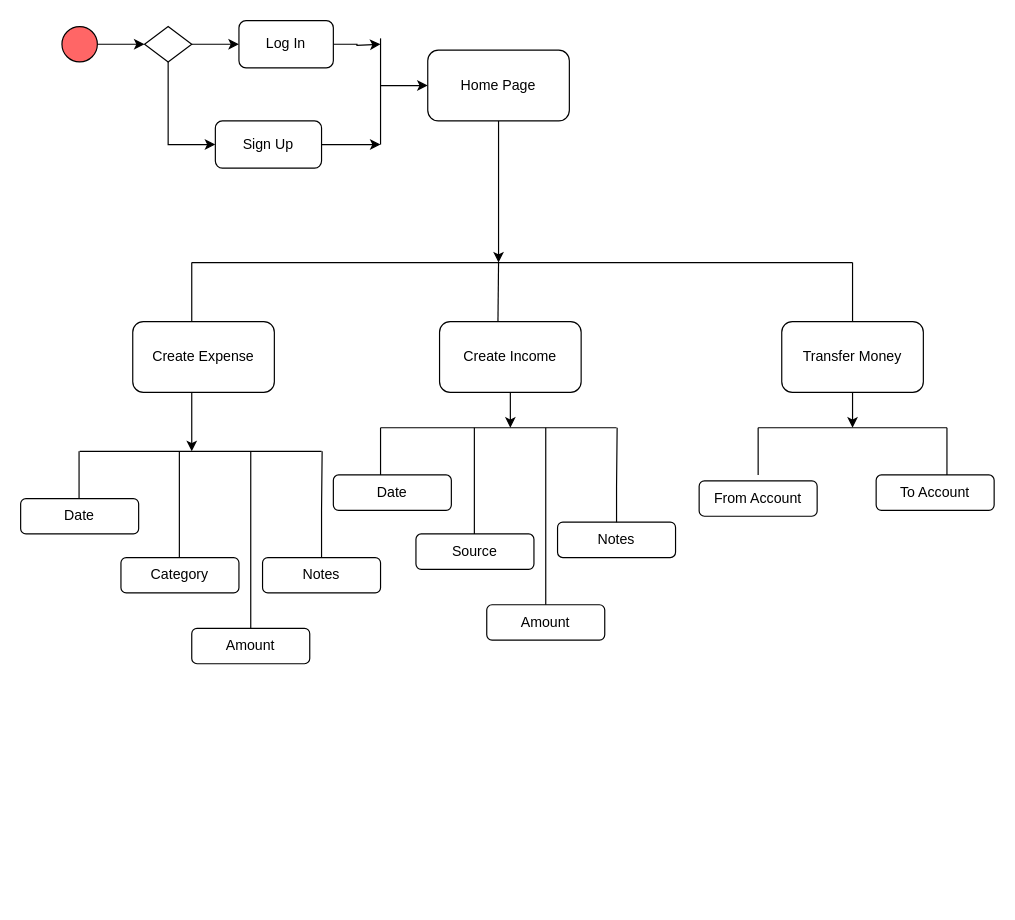
The draw.io diagram page "Page-2" (2 of 2) of Expense Tracker/Untitled Diagram.drawio in shahriararefin/HTML---CSS, before the edit. Source tidied: cells renumbered, new cells numbered last; positions are measured from the earlier drawing's top-left corner, leaving out a move shared by most shapes. Both pictures are drawn from the tidied source at 118%, with x=0, y=0 at pixel (20, 20).
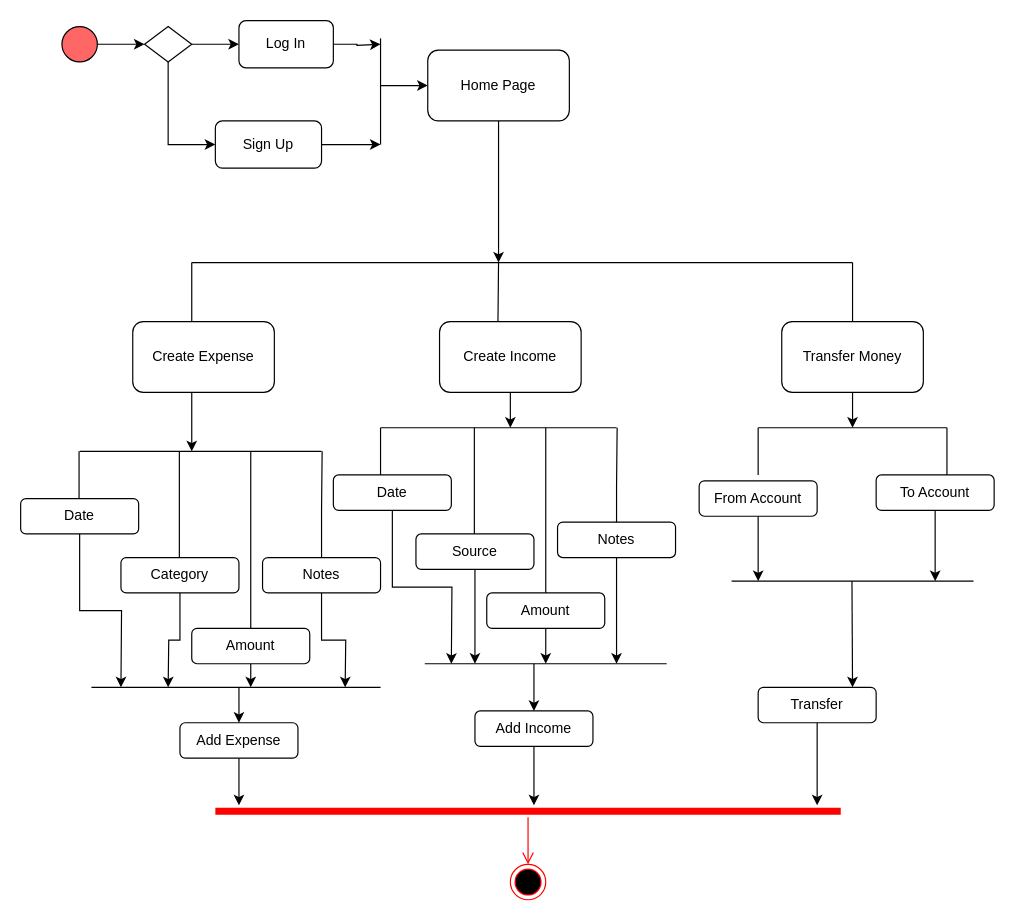
The same page after the edit.

Unchanged cells that the change refers to:
```xml
<mxCell id="26" value="Date" style="rounded=1;whiteSpace=wrap;html=1;" parent="1" vertex="1">
  <mxGeometry y="405" width="100" height="30" as="geometry" />
</mxCell>
<mxCell id="28" value="Category" style="rounded=1;whiteSpace=wrap;html=1;" parent="1" vertex="1">
  <mxGeometry x="85" y="455" width="100" height="30" as="geometry" />
</mxCell>
<mxCell id="29" value="Amount" style="rounded=1;whiteSpace=wrap;html=1;" parent="1" vertex="1">
  <mxGeometry x="145" y="515" width="100" height="30" as="geometry" />
</mxCell>
<mxCell id="31" value="Notes" style="rounded=1;whiteSpace=wrap;html=1;" parent="1" vertex="1">
  <mxGeometry x="205" y="455" width="100" height="30" as="geometry" />
</mxCell>
<mxCell id="36" value="Source" style="rounded=1;whiteSpace=wrap;html=1;" parent="1" vertex="1">
  <mxGeometry x="335" y="435" width="100" height="30" as="geometry" />
</mxCell>
<mxCell id="39" value="Notes" style="rounded=1;whiteSpace=wrap;html=1;" parent="1" vertex="1">
  <mxGeometry x="455" y="425" width="100" height="30" as="geometry" />
</mxCell>
<mxCell id="41" value="Date" style="rounded=1;whiteSpace=wrap;html=1;" parent="1" vertex="1">
  <mxGeometry x="265" y="385" width="100" height="30" as="geometry" />
</mxCell>
<mxCell id="44" value="To Account" style="rounded=1;whiteSpace=wrap;html=1;" parent="1" vertex="1">
  <mxGeometry x="725" y="385" width="100" height="30" as="geometry" />
</mxCell>
<mxCell id="45" value="From Account" style="rounded=1;whiteSpace=wrap;html=1;" parent="1" vertex="1">
  <mxGeometry x="575" y="390" width="100" height="30" as="geometry" />
</mxCell>
```

What changed in the source:
```diff
@@
+    <mxCell id="48" style="edgeStyle=orthogonalEdgeStyle;rounded=0;jettySize=auto;html=1;" parent="1" edge="1" source="26">
+      <mxGeometry relative="1" as="geometry">
+        <mxPoint x="85" y="565" as="targetPoint" />
+      </mxGeometry>
+    </mxCell>
@@
+    <mxCell id="49" style="edgeStyle=orthogonalEdgeStyle;rounded=0;jettySize=auto;html=1;" parent="1" edge="1" source="28">
+      <mxGeometry relative="1" as="geometry">
+        <mxPoint x="125" y="565" as="targetPoint" />
+      </mxGeometry>
+    </mxCell>
@@
+    <mxCell id="50" style="edgeStyle=orthogonalEdgeStyle;rounded=0;jettySize=auto;html=1;" parent="1" edge="1" source="29">
+      <mxGeometry relative="1" as="geometry">
+        <mxPoint x="195" y="565" as="targetPoint" />
+      </mxGeometry>
+    </mxCell>
@@
+    <mxCell id="51" style="edgeStyle=orthogonalEdgeStyle;rounded=0;jettySize=auto;html=1;" parent="1" edge="1" source="31">
+      <mxGeometry relative="1" as="geometry">
+        <mxPoint x="275" y="565" as="targetPoint" />
+      </mxGeometry>
+    </mxCell>
@@
+    <mxCell id="52" style="edgeStyle=orthogonalEdgeStyle;rounded=0;jettySize=auto;html=1;" parent="1" edge="1" source="36">
+      <mxGeometry relative="1" as="geometry">
+        <mxPoint x="385" y="545" as="targetPoint" />
+      </mxGeometry>
+    </mxCell>
@@
+    <mxCell id="53" style="edgeStyle=orthogonalEdgeStyle;rounded=0;jettySize=auto;html=1;" parent="1" edge="1" source="37">
+      <mxGeometry relative="1" as="geometry">
+        <mxPoint x="445" y="545" as="targetPoint" />
+      </mxGeometry>
+    </mxCell>
     <mxCell id="37" value="Amount" style="rounded=1;whiteSpace=wrap;html=1;" parent="1" vertex="1">
-      <mxGeometry x="395" y="495" width="100" height="30" as="geometry" />
+      <mxGeometry x="395" y="485" width="100" height="30" as="geometry" />
     </mxCell>
-    <mxCell id="38" style="endArrow=none;html=1;rounded=0;exitX=0.5;exitY=0;exitDx=0;exitDy=0;" parent="1" edge="1" source="37">
+    <mxCell id="38" style="endArrow=none;html=1;rounded=0;" parent="1" edge="1">
       <mxGeometry relative="1" as="geometry">
+        <mxPoint x="445" y="485" as="sourcePoint" />
         <mxPoint x="445" y="345" as="targetPoint" />
         <Array as="points">
           <mxPoint x="445" y="405" />
         </Array>
       </mxGeometry>
     </mxCell>
+    <mxCell id="54" style="edgeStyle=orthogonalEdgeStyle;rounded=0;jettySize=auto;html=1;" parent="1" edge="1" source="39">
+      <mxGeometry relative="1" as="geometry">
+        <mxPoint x="505" y="545" as="targetPoint" />
+      </mxGeometry>
+    </mxCell>
@@
+    <mxCell id="55" style="edgeStyle=orthogonalEdgeStyle;rounded=0;jettySize=auto;html=1;" parent="1" edge="1" source="41">
+      <mxGeometry relative="1" as="geometry">
+        <mxPoint x="365" y="545" as="targetPoint" />
+      </mxGeometry>
+    </mxCell>
@@
+    <mxCell id="56" style="edgeStyle=orthogonalEdgeStyle;rounded=0;jettySize=auto;html=1;" parent="1" edge="1" source="44">
+      <mxGeometry relative="1" as="geometry">
+        <mxPoint x="775" y="475" as="targetPoint" />
+      </mxGeometry>
+    </mxCell>
@@
+    <mxCell id="57" style="edgeStyle=orthogonalEdgeStyle;rounded=0;jettySize=auto;html=1;" parent="1" edge="1" source="45">
+      <mxGeometry relative="1" as="geometry">
+        <mxPoint x="625" y="475" as="targetPoint" />
+      </mxGeometry>
+    </mxCell>
@@
+    <mxCell id="58" value="Add Expense" style="rounded=1;whiteSpace=wrap;html=1;" parent="1" vertex="1">
+      <mxGeometry x="135" y="595" width="100" height="30" as="geometry" />
+    </mxCell>
+    <mxCell id="59" value="Add Income" style="rounded=1;whiteSpace=wrap;html=1;" parent="1" vertex="1">
+      <mxGeometry x="385" y="585" width="100" height="30" as="geometry" />
+    </mxCell>
+    <mxCell id="60" value="Transfer" style="rounded=1;whiteSpace=wrap;html=1;" parent="1" vertex="1">
+      <mxGeometry x="625" y="565" width="100" height="30" as="geometry" />
+    </mxCell>
+    <mxCell id="61" style="endArrow=none;html=1;rounded=0;" parent="1" edge="1">
+      <mxGeometry relative="1" as="geometry">
+        <mxPoint x="547.5" y="545" as="sourcePoint" />
+        <mxPoint x="342.5" y="545" as="targetPoint" />
+      </mxGeometry>
+    </mxCell>
+    <mxCell id="62" style="endArrow=none;html=1;rounded=0;" parent="1" edge="1">
+      <mxGeometry relative="1" as="geometry">
+        <mxPoint x="305" y="565" as="sourcePoint" />
+        <mxPoint x="60" y="565" as="targetPoint" />
+      </mxGeometry>
+    </mxCell>
+    <mxCell id="63" style="endArrow=classic;html=1;rounded=0;entryX=0.5;entryY=0;entryDx=0;entryDy=0;" parent="1" edge="1" target="58">
+      <mxGeometry relative="1" as="geometry">
+        <mxPoint x="185" y="565" as="sourcePoint" />
+      </mxGeometry>
+    </mxCell>
+    <mxCell id="64" style="endArrow=classic;html=1;rounded=0;" parent="1" edge="1">
+      <mxGeometry relative="1" as="geometry">
+        <mxPoint x="435" y="545" as="sourcePoint" />
+        <mxPoint x="435" y="585" as="targetPoint" />
+      </mxGeometry>
+    </mxCell>
+    <mxCell id="65" style="endArrow=none;html=1;rounded=0;" parent="1" edge="1">
+      <mxGeometry relative="1" as="geometry">
+        <mxPoint x="807.5" y="475" as="sourcePoint" />
+        <mxPoint x="602.5" y="475" as="targetPoint" />
+      </mxGeometry>
+    </mxCell>
+    <mxCell id="66" style="endArrow=classic;html=1;rounded=0;" parent="1" edge="1">
+      <mxGeometry relative="1" as="geometry">
+        <mxPoint x="704.5" y="475" as="sourcePoint" />
+        <mxPoint x="705" y="565" as="targetPoint" />
+      </mxGeometry>
+    </mxCell>
+    <mxCell id="67" style="endArrow=classic;html=1;rounded=0;entryX=0.5;entryY=0;entryDx=0;entryDy=0;entryPerimeter=0;" parent="1" edge="1">
+      <mxGeometry relative="1" as="geometry">
+        <mxPoint x="185" y="625" as="sourcePoint" />
+        <mxPoint x="185" y="665" as="targetPoint" />
+      </mxGeometry>
+    </mxCell>
+    <mxCell id="68" style="endArrow=classic;html=1;rounded=0;" parent="1" edge="1">
+      <mxGeometry relative="1" as="geometry">
+        <mxPoint x="675" y="595" as="sourcePoint" />
+        <mxPoint x="675" y="665" as="targetPoint" />
+      </mxGeometry>
+    </mxCell>
+    <mxCell id="69" style="endArrow=classic;html=1;rounded=0;" parent="1" edge="1">
+      <mxGeometry relative="1" as="geometry">
+        <mxPoint x="435" y="615" as="sourcePoint" />
+        <mxPoint x="435" y="665" as="targetPoint" />
+      </mxGeometry>
+    </mxCell>
+    <mxCell id="70" style="ellipse;html=1;shape=endState;fillColor=#000000;strokeColor=#ff0000;" parent="1" vertex="1">
+      <mxGeometry x="415" y="715" width="30" height="30" as="geometry" />
+    </mxCell>
+    <mxCell id="71" style="shape=line;html=1;strokeWidth=6;strokeColor=#ff0000;" parent="1" vertex="1">
+      <mxGeometry x="165" y="665" width="530" height="10" as="geometry" />
+    </mxCell>
+    <mxCell id="72" style="edgeStyle=orthogonalEdgeStyle;html=1;verticalAlign=bottom;endArrow=open;endSize=8;strokeColor=#ff0000;rounded=0;entryX=0.5;entryY=0;entryDx=0;entryDy=0;" parent="1" edge="1" source="71" target="70">
+      <mxGeometry relative="1" as="geometry">
+        <Array as="points">
+          <mxPoint x="430" y="685" />
+          <mxPoint x="430" y="685" />
+        </Array>
+      </mxGeometry>
+    </mxCell>
```
